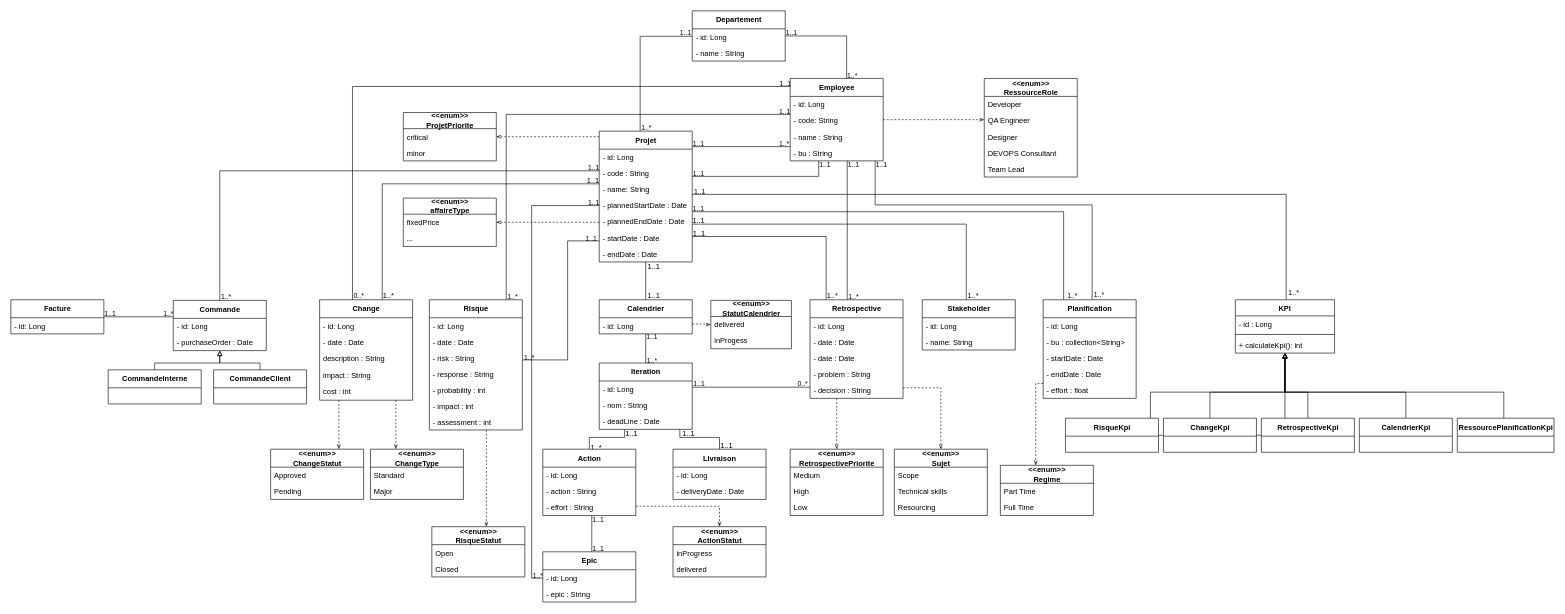
The draw.io diagram Diagramme de Classe.drawio in ZidiMedAmine/UML, before the edit. Source tidied: cells renumbered, new cells numbered last; positions are measured from the earlier drawing's top-left corner, leaving out a move shared by most shapes. Both pictures are drawn from the tidied source at 62%, with x=0, y=0 at pixel (11, 11).
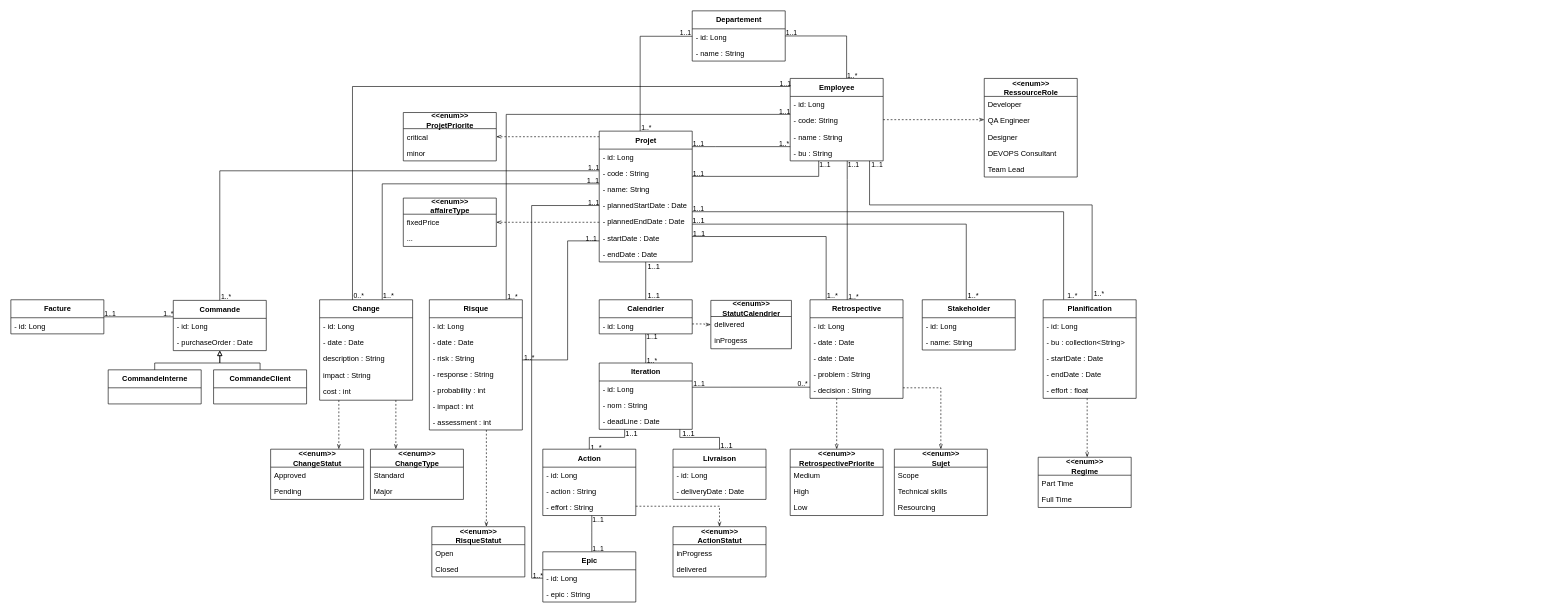
After the change.

Unchanged cells that the change refers to:
```xml
<mxCell id="10" value="Projet" style="swimlane;fontStyle=1;align=center;verticalAlign=middle;horizontal=1;startSize=29;html=1;fontSize=12;labelPosition=center;verticalLabelPosition=middle;strokeColor=default;swimlaneLine=1;rounded=0;shadow=0;glass=0;sketch=0;perimeterSpacing=0;" parent="1" vertex="1">
  <mxGeometry x="949" y="194" width="150" height="211" as="geometry" />
</mxCell>
<mxCell id="24" value="Employee" style="swimlane;fontStyle=1;align=center;verticalAlign=middle;horizontal=1;startSize=29;html=1;fontSize=12;labelPosition=center;verticalLabelPosition=middle;" parent="1" vertex="1">
  <mxGeometry x="1257" y="109" width="150" height="133" as="geometry" />
</mxCell>
<mxCell id="142" value="Planification" style="swimlane;fontStyle=1;align=center;verticalAlign=middle;horizontal=1;startSize=29;html=1;fontSize=12;labelPosition=center;verticalLabelPosition=middle;" parent="1" vertex="1">
  <mxGeometry x="1665" y="466" width="150" height="159" as="geometry" />
</mxCell>
```

Change to the diagram source:
```diff
@@
-    <mxCell id="82" style="shape=connector;rounded=0;sketch=0;jettySize=auto;html=1;shadow=0;labelBackgroundColor=default;fontFamily=Helvetica;fontSize=12;fontColor=default;startArrow=none;startFill=0;endArrow=none;endFill=0;strokeColor=#000000;edgeStyle=orthogonalEdgeStyle;" parent="1" edge="1" source="10" target="148">
-      <mxGeometry relative="1" as="geometry">
-        <Array as="points">
-          <mxPoint x="2057" y="296" />
-        </Array>
-      </mxGeometry>
-    </mxCell>
-    <mxCell id="83" value="1..*" style="edgeLabel;html=1;align=center;verticalAlign=middle;fontSize=12;fontFamily=Helvetica;fontColor=default;labelBackgroundColor=none;" parent="82" vertex="1">
-      <mxGeometry x="0.95" y="-2" relative="1" as="geometry">
-        <mxPoint x="13" y="16" as="offset" />
-      </mxGeometry>
-    </mxCell>
-    <mxCell id="84" value="1..1" style="edgeLabel;html=1;align=center;verticalAlign=middle;labelBackgroundColor=none;" parent="82" vertex="1">
-      <mxGeometry x="-0.99" y="1" relative="1" as="geometry">
-        <mxPoint x="5" y="-4" as="offset" />
-      </mxGeometry>
-    </mxCell>
@@
     <mxCell id="121" style="rounded=0;jettySize=auto;html=1;endArrow=none;endFill=0;edgeStyle=orthogonalEdgeStyle;" parent="1" edge="1" source="142" target="24">
       <mxGeometry relative="1" as="geometry">
         <Array as="points">
           <mxPoint x="1744" y="313" />
-          <mxPoint x="1394" y="313" />
+          <mxPoint x="1385" y="313" />
         </Array>
       </mxGeometry>
     </mxCell>
@@
     <mxCell id="127" value="&amp;lt;&amp;lt;enum&amp;gt;&amp;gt;&lt;br&gt;Regime" style="swimlane;fontStyle=1;align=center;verticalAlign=middle;horizontal=1;startSize=29;html=1;fontSize=12;labelPosition=center;verticalLabelPosition=middle;" parent="1" vertex="1">
-      <mxGeometry x="1596" y="733" width="150" height="81" as="geometry" />
+      <mxGeometry x="1657" y="720" width="150" height="81" as="geometry" />
     </mxCell>
@@
     <mxCell id="130" style="edgeStyle=orthogonalEdgeStyle;rounded=0;jettySize=auto;html=1;endArrow=openThin;endFill=0;dashed=1;" parent="1" edge="1" source="142" target="127">
       <mxGeometry relative="1" as="geometry">
         <Array as="points">
-          <mxPoint x="1653" y="601" />
+          <mxPoint x="1736" y="674" />
+          <mxPoint x="1736" y="674" />
         </Array>
       </mxGeometry>
     </mxCell>
-    <mxCell id="131" style="edgeStyle=orthogonalEdgeStyle;rounded=0;jettySize=auto;html=1;endArrow=block;endFill=0;" parent="1" edge="1" source="133" target="148">
-      <mxGeometry relative="1" as="geometry" />
-    </mxCell>
-    <mxCell id="132" style="edgeStyle=orthogonalEdgeStyle;rounded=0;jumpStyle=none;jettySize=auto;html=1;endArrow=block;endFill=0;" parent="1" edge="1" source="133" target="148">
-      <mxGeometry relative="1" as="geometry">
-        <Array as="points">
-          <mxPoint x="1838" y="615" />
-          <mxPoint x="2055" y="615" />
-        </Array>
-      </mxGeometry>
-    </mxCell>
-    <mxCell id="133" value="RisqueKpi" style="swimlane;fontStyle=1;align=center;verticalAlign=middle;horizontal=1;startSize=29;html=1;fontSize=12;labelPosition=center;verticalLabelPosition=middle;" parent="1" vertex="1">
-      <mxGeometry x="1701" y="657" width="150" height="55" as="geometry" />
-    </mxCell>
-    <mxCell id="134" style="rounded=0;jettySize=auto;html=1;endArrow=block;endFill=0;edgeStyle=orthogonalEdgeStyle;" parent="1" edge="1" source="135" target="148">
-      <mxGeometry relative="1" as="geometry">
-        <Array as="points">
-          <mxPoint x="1934" y="615" />
-          <mxPoint x="2055" y="615" />
-        </Array>
-      </mxGeometry>
-    </mxCell>
-    <mxCell id="135" value="ChangeKpi" style="swimlane;fontStyle=1;align=center;verticalAlign=middle;horizontal=1;startSize=29;html=1;fontSize=12;labelPosition=center;verticalLabelPosition=middle;" parent="1" vertex="1">
-      <mxGeometry x="1859" y="657" width="150" height="55" as="geometry" />
-    </mxCell>
-    <mxCell id="136" style="rounded=0;jettySize=auto;html=1;endArrow=block;endFill=0;edgeStyle=orthogonalEdgeStyle;" parent="1" edge="1" source="137" target="148">
-      <mxGeometry relative="1" as="geometry">
-        <Array as="points">
-          <mxPoint x="2092" y="615" />
-          <mxPoint x="2055" y="615" />
-        </Array>
-      </mxGeometry>
-    </mxCell>
-    <mxCell id="137" value="RetrospectiveKpi" style="swimlane;fontStyle=1;align=center;verticalAlign=middle;horizontal=1;startSize=29;html=1;fontSize=12;labelPosition=center;verticalLabelPosition=middle;" parent="1" vertex="1">
-      <mxGeometry x="2017" y="657" width="150" height="55" as="geometry" />
-    </mxCell>
-    <mxCell id="138" style="rounded=0;jettySize=auto;html=1;endArrow=block;endFill=0;edgeStyle=orthogonalEdgeStyle;" parent="1" edge="1" source="139" target="148">
-      <mxGeometry relative="1" as="geometry">
-        <Array as="points">
-          <mxPoint x="2250" y="615" />
-          <mxPoint x="2055" y="615" />
-        </Array>
-      </mxGeometry>
-    </mxCell>
-    <mxCell id="139" value="CalendrierKpi" style="swimlane;fontStyle=1;align=center;verticalAlign=middle;horizontal=1;startSize=29;html=1;fontSize=12;labelPosition=center;verticalLabelPosition=middle;" parent="1" vertex="1">
-      <mxGeometry x="2175" y="657" width="150" height="55" as="geometry" />
-    </mxCell>
-    <mxCell id="140" style="edgeStyle=orthogonalEdgeStyle;rounded=0;jettySize=auto;html=1;endArrow=block;endFill=0;" parent="1" edge="1" source="141" target="148">
-      <mxGeometry relative="1" as="geometry">
-        <Array as="points">
-          <mxPoint x="2408" y="615" />
-          <mxPoint x="2055" y="615" />
-        </Array>
-      </mxGeometry>
-    </mxCell>
-    <mxCell id="141" value="RessourcePlanificationKpi" style="swimlane;fontStyle=1;align=center;verticalAlign=middle;horizontal=1;startSize=29;html=1;fontSize=12;labelPosition=center;verticalLabelPosition=middle;" parent="1" vertex="1">
-      <mxGeometry x="2333" y="657" width="156" height="55" as="geometry" />
-    </mxCell>
@@
-    <mxCell id="148" value="KPI" style="swimlane;fontStyle=1;align=center;verticalAlign=top;horizontal=1;startSize=26;rounded=0;shadow=0;glass=0;labelBackgroundColor=none;sketch=0;strokeColor=default;" parent="1" vertex="1">
-      <mxGeometry x="1975" y="466" width="160" height="86" as="geometry" />
-    </mxCell>
-    <mxCell id="149" value="- id : Long" style="text;strokeColor=none;fillColor=none;align=left;verticalAlign=top;spacingLeft=4;spacingRight=4;overflow=hidden;rounded=0;shadow=0;glass=0;labelBackgroundColor=none;sketch=0;" parent="148" vertex="1">
-      <mxGeometry y="26" width="160" height="26" as="geometry" />
-    </mxCell>
-    <mxCell id="150" style="line;strokeWidth=1;fillColor=none;align=left;verticalAlign=middle;spacingTop=-1;spacingLeft=3;spacingRight=3;labelPosition=right;rounded=0;shadow=0;glass=0;labelBackgroundColor=none;sketch=0;" parent="148" vertex="1">
-      <mxGeometry y="52" width="160" height="8" as="geometry" />
-    </mxCell>
-    <mxCell id="151" value="+ calculateKpi(): int" style="text;strokeColor=none;fillColor=none;align=left;verticalAlign=top;spacingLeft=4;spacingRight=4;overflow=hidden;rounded=0;shadow=0;glass=0;labelBackgroundColor=none;sketch=0;" parent="148" vertex="1">
-      <mxGeometry y="60" width="160" height="26" as="geometry" />
-    </mxCell>
```
